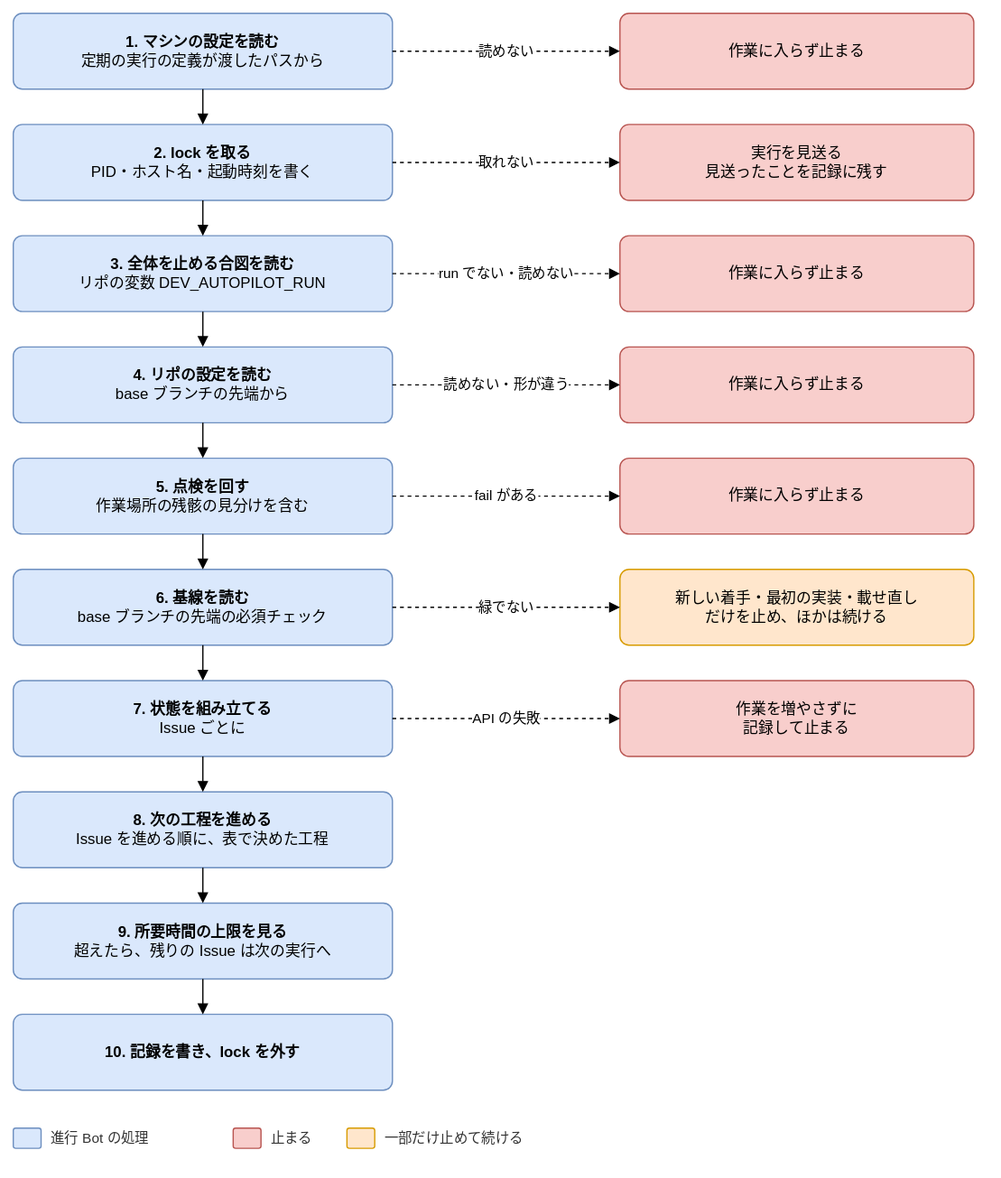
Above: docs/design/basic/diagrams/02-run-flow.drawio.svg in Joymerrevent/dev-autopilot (draw.io), before the change. Source tidied: cells renumbered, new cells last; positions are measured from the earlier drawing's top-left corner, leaving out a move shared by most shapes. Source of this version:
```xml
<mxGraphModel background="#ffffff">
  <root>
    <mxCell id="0" />
    <mxCell id="1" parent="0" />
    <mxCell id="2" value="&lt;b&gt;1. マシンの設定を読む&lt;/b&gt;&lt;br&gt;定期の実行の定義が渡したパスから" style="rounded=1;whiteSpace=wrap;html=1;fontSize=12;arcSize=12;spacing=12;fillColor=#dae8fc;strokeColor=#6c8ebf;" parent="1" vertex="1">
      <mxGeometry width="300" height="60" as="geometry" />
    </mxCell>
    <mxCell id="3" value="作業に入らず止まる" style="rounded=1;whiteSpace=wrap;html=1;fontSize=12;arcSize=12;spacing=12;fillColor=#f8cecc;strokeColor=#b85450;" parent="1" vertex="1">
      <mxGeometry x="480" width="280" height="60" as="geometry" />
    </mxCell>
    <mxCell id="4" value="読めない" style="edgeStyle=orthogonalEdgeStyle;rounded=1;html=1;endArrow=block;endFill=1;fontSize=11;labelBackgroundColor=#ffffff;dashed=1;exitX=1;exitY=0.5;exitDx=0;exitDy=0;entryX=0;entryY=0.5;entryDx=0;entryDy=0;" parent="1" edge="1" source="2" target="3">
      <mxGeometry relative="1" as="geometry" />
    </mxCell>
    <mxCell id="5" value="&lt;b&gt;2. lock を取る&lt;/b&gt;&lt;br&gt;PID・ホスト名・起動時刻を書く" style="rounded=1;whiteSpace=wrap;html=1;fontSize=12;arcSize=12;spacing=12;fillColor=#dae8fc;strokeColor=#6c8ebf;" parent="1" vertex="1">
      <mxGeometry y="88" width="300" height="60" as="geometry" />
    </mxCell>
    <mxCell id="6" style="edgeStyle=orthogonalEdgeStyle;rounded=1;html=1;endArrow=block;endFill=1;fontSize=11;labelBackgroundColor=#ffffff;exitX=0.5;exitY=1;exitDx=0;exitDy=0;entryX=0.5;entryY=0;entryDx=0;entryDy=0;" parent="1" edge="1" source="2" target="5">
      <mxGeometry relative="1" as="geometry" />
    </mxCell>
    <mxCell id="7" value="実行を見送る&lt;br&gt;見送ったことを記録に残す" style="rounded=1;whiteSpace=wrap;html=1;fontSize=12;arcSize=12;spacing=12;fillColor=#f8cecc;strokeColor=#b85450;" parent="1" vertex="1">
      <mxGeometry x="480" y="88" width="280" height="60" as="geometry" />
    </mxCell>
    <mxCell id="8" value="取れない" style="edgeStyle=orthogonalEdgeStyle;rounded=1;html=1;endArrow=block;endFill=1;fontSize=11;labelBackgroundColor=#ffffff;dashed=1;exitX=1;exitY=0.5;exitDx=0;exitDy=0;entryX=0;entryY=0.5;entryDx=0;entryDy=0;" parent="1" edge="1" source="5" target="7">
      <mxGeometry relative="1" as="geometry" />
    </mxCell>
    <mxCell id="9" value="&lt;b&gt;3. 全体を止める合図を読む&lt;/b&gt;&lt;br&gt;リポの変数 DEV_AUTOPILOT_RUN" style="rounded=1;whiteSpace=wrap;html=1;fontSize=12;arcSize=12;spacing=12;fillColor=#dae8fc;strokeColor=#6c8ebf;" parent="1" vertex="1">
      <mxGeometry y="176" width="300" height="60" as="geometry" />
    </mxCell>
    <mxCell id="10" style="edgeStyle=orthogonalEdgeStyle;rounded=1;html=1;endArrow=block;endFill=1;fontSize=11;labelBackgroundColor=#ffffff;exitX=0.5;exitY=1;exitDx=0;exitDy=0;entryX=0.5;entryY=0;entryDx=0;entryDy=0;" parent="1" edge="1" source="5" target="9">
      <mxGeometry relative="1" as="geometry" />
    </mxCell>
    <mxCell id="11" value="作業に入らず止まる" style="rounded=1;whiteSpace=wrap;html=1;fontSize=12;arcSize=12;spacing=12;fillColor=#f8cecc;strokeColor=#b85450;" parent="1" vertex="1">
      <mxGeometry x="480" y="176" width="280" height="60" as="geometry" />
    </mxCell>
    <mxCell id="12" value="run でない・読めない" style="edgeStyle=orthogonalEdgeStyle;rounded=1;html=1;endArrow=block;endFill=1;fontSize=11;labelBackgroundColor=#ffffff;dashed=1;exitX=1;exitY=0.5;exitDx=0;exitDy=0;entryX=0;entryY=0.5;entryDx=0;entryDy=0;" parent="1" edge="1" source="9" target="11">
      <mxGeometry relative="1" as="geometry" />
    </mxCell>
    <mxCell id="13" value="&lt;b&gt;4. リポの設定を読む&lt;/b&gt;&lt;br&gt;base ブランチの先端から" style="rounded=1;whiteSpace=wrap;html=1;fontSize=12;arcSize=12;spacing=12;fillColor=#dae8fc;strokeColor=#6c8ebf;" parent="1" vertex="1">
      <mxGeometry y="264" width="300" height="60" as="geometry" />
    </mxCell>
    <mxCell id="14" style="edgeStyle=orthogonalEdgeStyle;rounded=1;html=1;endArrow=block;endFill=1;fontSize=11;labelBackgroundColor=#ffffff;exitX=0.5;exitY=1;exitDx=0;exitDy=0;entryX=0.5;entryY=0;entryDx=0;entryDy=0;" parent="1" edge="1" source="9" target="13">
      <mxGeometry relative="1" as="geometry" />
    </mxCell>
    <mxCell id="15" value="作業に入らず止まる" style="rounded=1;whiteSpace=wrap;html=1;fontSize=12;arcSize=12;spacing=12;fillColor=#f8cecc;strokeColor=#b85450;" parent="1" vertex="1">
      <mxGeometry x="480" y="264" width="280" height="60" as="geometry" />
    </mxCell>
    <mxCell id="16" value="読めない・形が違う" style="edgeStyle=orthogonalEdgeStyle;rounded=1;html=1;endArrow=block;endFill=1;fontSize=11;labelBackgroundColor=#ffffff;dashed=1;exitX=1;exitY=0.5;exitDx=0;exitDy=0;entryX=0;entryY=0.5;entryDx=0;entryDy=0;" parent="1" edge="1" source="13" target="15">
      <mxGeometry relative="1" as="geometry" />
    </mxCell>
    <mxCell id="17" value="&lt;b&gt;5. 点検を回す&lt;/b&gt;&lt;br&gt;作業場所の残骸の見分けを含む" style="rounded=1;whiteSpace=wrap;html=1;fontSize=12;arcSize=12;spacing=12;fillColor=#dae8fc;strokeColor=#6c8ebf;" parent="1" vertex="1">
      <mxGeometry y="352" width="300" height="60" as="geometry" />
    </mxCell>
    <mxCell id="18" style="edgeStyle=orthogonalEdgeStyle;rounded=1;html=1;endArrow=block;endFill=1;fontSize=11;labelBackgroundColor=#ffffff;exitX=0.5;exitY=1;exitDx=0;exitDy=0;entryX=0.5;entryY=0;entryDx=0;entryDy=0;" parent="1" edge="1" source="13" target="17">
      <mxGeometry relative="1" as="geometry" />
    </mxCell>
    <mxCell id="19" value="作業に入らず止まる" style="rounded=1;whiteSpace=wrap;html=1;fontSize=12;arcSize=12;spacing=12;fillColor=#f8cecc;strokeColor=#b85450;" parent="1" vertex="1">
      <mxGeometry x="480" y="352" width="280" height="60" as="geometry" />
    </mxCell>
    <mxCell id="20" value="fail がある" style="edgeStyle=orthogonalEdgeStyle;rounded=1;html=1;endArrow=block;endFill=1;fontSize=11;labelBackgroundColor=#ffffff;dashed=1;exitX=1;exitY=0.5;exitDx=0;exitDy=0;entryX=0;entryY=0.5;entryDx=0;entryDy=0;" parent="1" edge="1" source="17" target="19">
      <mxGeometry relative="1" as="geometry" />
    </mxCell>
    <mxCell id="21" value="&lt;b&gt;6. 基線を読む&lt;/b&gt;&lt;br&gt;base ブランチの先端の必須チェック" style="rounded=1;whiteSpace=wrap;html=1;fontSize=12;arcSize=12;spacing=12;fillColor=#dae8fc;strokeColor=#6c8ebf;" parent="1" vertex="1">
      <mxGeometry y="440" width="300" height="60" as="geometry" />
    </mxCell>
    <mxCell id="22" style="edgeStyle=orthogonalEdgeStyle;rounded=1;html=1;endArrow=block;endFill=1;fontSize=11;labelBackgroundColor=#ffffff;exitX=0.5;exitY=1;exitDx=0;exitDy=0;entryX=0.5;entryY=0;entryDx=0;entryDy=0;" parent="1" edge="1" source="17" target="21">
      <mxGeometry relative="1" as="geometry" />
    </mxCell>
    <mxCell id="23" value="新しい着手・最初の実装・載せ直し&lt;br&gt;だけを止め、ほかは続ける" style="rounded=1;whiteSpace=wrap;html=1;fontSize=12;arcSize=12;spacing=12;fillColor=#ffe6cc;strokeColor=#d79b00;" parent="1" vertex="1">
      <mxGeometry x="480" y="440" width="280" height="60" as="geometry" />
    </mxCell>
    <mxCell id="24" value="緑でない" style="edgeStyle=orthogonalEdgeStyle;rounded=1;html=1;endArrow=block;endFill=1;fontSize=11;labelBackgroundColor=#ffffff;dashed=1;exitX=1;exitY=0.5;exitDx=0;exitDy=0;entryX=0;entryY=0.5;entryDx=0;entryDy=0;" parent="1" edge="1" source="21" target="23">
      <mxGeometry relative="1" as="geometry" />
    </mxCell>
    <mxCell id="25" value="&lt;b&gt;7. 状態を組み立てる&lt;/b&gt;&lt;br&gt;Issue ごとに" style="rounded=1;whiteSpace=wrap;html=1;fontSize=12;arcSize=12;spacing=12;fillColor=#dae8fc;strokeColor=#6c8ebf;" parent="1" vertex="1">
      <mxGeometry y="528" width="300" height="60" as="geometry" />
    </mxCell>
    <mxCell id="26" style="edgeStyle=orthogonalEdgeStyle;rounded=1;html=1;endArrow=block;endFill=1;fontSize=11;labelBackgroundColor=#ffffff;exitX=0.5;exitY=1;exitDx=0;exitDy=0;entryX=0.5;entryY=0;entryDx=0;entryDy=0;" parent="1" edge="1" source="21" target="25">
      <mxGeometry relative="1" as="geometry" />
    </mxCell>
    <mxCell id="27" value="作業を増やさずに&lt;br&gt;記録して止まる" style="rounded=1;whiteSpace=wrap;html=1;fontSize=12;arcSize=12;spacing=12;fillColor=#f8cecc;strokeColor=#b85450;" parent="1" vertex="1">
      <mxGeometry x="480" y="528" width="280" height="60" as="geometry" />
    </mxCell>
    <mxCell id="28" value="API の失敗" style="edgeStyle=orthogonalEdgeStyle;rounded=1;html=1;endArrow=block;endFill=1;fontSize=11;labelBackgroundColor=#ffffff;dashed=1;exitX=1;exitY=0.5;exitDx=0;exitDy=0;entryX=0;entryY=0.5;entryDx=0;entryDy=0;" parent="1" edge="1" source="25" target="27">
      <mxGeometry relative="1" as="geometry" />
    </mxCell>
    <mxCell id="29" value="&lt;b&gt;8. 次の工程を進める&lt;/b&gt;&lt;br&gt;Issue を進める順に、表で決めた工程" style="rounded=1;whiteSpace=wrap;html=1;fontSize=12;arcSize=12;spacing=12;fillColor=#dae8fc;strokeColor=#6c8ebf;" parent="1" vertex="1">
      <mxGeometry y="616" width="300" height="60" as="geometry" />
    </mxCell>
    <mxCell id="30" style="edgeStyle=orthogonalEdgeStyle;rounded=1;html=1;endArrow=block;endFill=1;fontSize=11;labelBackgroundColor=#ffffff;exitX=0.5;exitY=1;exitDx=0;exitDy=0;entryX=0.5;entryY=0;entryDx=0;entryDy=0;" parent="1" edge="1" source="25" target="29">
      <mxGeometry relative="1" as="geometry" />
    </mxCell>
    <mxCell id="31" value="&lt;b&gt;9. 所要時間の上限を見る&lt;/b&gt;&lt;br&gt;超えたら、残りの Issue は次の実行へ" style="rounded=1;whiteSpace=wrap;html=1;fontSize=12;arcSize=12;spacing=12;fillColor=#dae8fc;strokeColor=#6c8ebf;" parent="1" vertex="1">
      <mxGeometry y="704" width="300" height="60" as="geometry" />
    </mxCell>
    <mxCell id="32" style="edgeStyle=orthogonalEdgeStyle;rounded=1;html=1;endArrow=block;endFill=1;fontSize=11;labelBackgroundColor=#ffffff;exitX=0.5;exitY=1;exitDx=0;exitDy=0;entryX=0.5;entryY=0;entryDx=0;entryDy=0;" parent="1" edge="1" source="29" target="31">
      <mxGeometry relative="1" as="geometry" />
    </mxCell>
    <mxCell id="33" value="&lt;b&gt;10. 記録を書き、lock を外す&lt;/b&gt;" style="rounded=1;whiteSpace=wrap;html=1;fontSize=12;arcSize=12;spacing=12;fillColor=#dae8fc;strokeColor=#6c8ebf;" parent="1" vertex="1">
      <mxGeometry y="792" width="300" height="60" as="geometry" />
    </mxCell>
    <mxCell id="34" style="edgeStyle=orthogonalEdgeStyle;rounded=1;html=1;endArrow=block;endFill=1;fontSize=11;labelBackgroundColor=#ffffff;exitX=0.5;exitY=1;exitDx=0;exitDy=0;entryX=0.5;entryY=0;entryDx=0;entryDy=0;" parent="1" edge="1" source="31" target="33">
      <mxGeometry relative="1" as="geometry" />
    </mxCell>
    <mxCell id="35" style="rounded=1;whiteSpace=wrap;html=1;fontSize=12;arcSize=12;spacing=12;fillColor=#dae8fc;strokeColor=#6c8ebf;" parent="1" vertex="1">
      <mxGeometry y="882" width="22" height="16" as="geometry" />
    </mxCell>
    <mxCell id="36" value="進行 Bot の処理" style="text;html=1;align=left;verticalAlign=middle;fontSize=11;fontColor=#333333;" parent="1" vertex="1">
      <mxGeometry x="28" y="880" width="130" height="20" as="geometry" />
    </mxCell>
    <mxCell id="37" style="rounded=1;whiteSpace=wrap;html=1;fontSize=12;arcSize=12;spacing=12;fillColor=#f8cecc;strokeColor=#b85450;" parent="1" vertex="1">
      <mxGeometry x="174" y="882" width="22" height="16" as="geometry" />
    </mxCell>
    <mxCell id="38" value="止まる" style="text;html=1;align=left;verticalAlign=middle;fontSize=11;fontColor=#333333;" parent="1" vertex="1">
      <mxGeometry x="202" y="880" width="46" height="20" as="geometry" />
    </mxCell>
    <mxCell id="39" style="rounded=1;whiteSpace=wrap;html=1;fontSize=12;arcSize=12;spacing=12;fillColor=#ffe6cc;strokeColor=#d79b00;" parent="1" vertex="1">
      <mxGeometry x="264" y="882" width="22" height="16" as="geometry" />
    </mxCell>
    <mxCell id="40" value="一部だけ止めて続ける" style="text;html=1;align=left;verticalAlign=middle;fontSize=11;fontColor=#333333;" parent="1" vertex="1">
      <mxGeometry x="292" y="880" width="130" height="20" as="geometry" />
    </mxCell>
  </root>
</mxGraphModel>
```
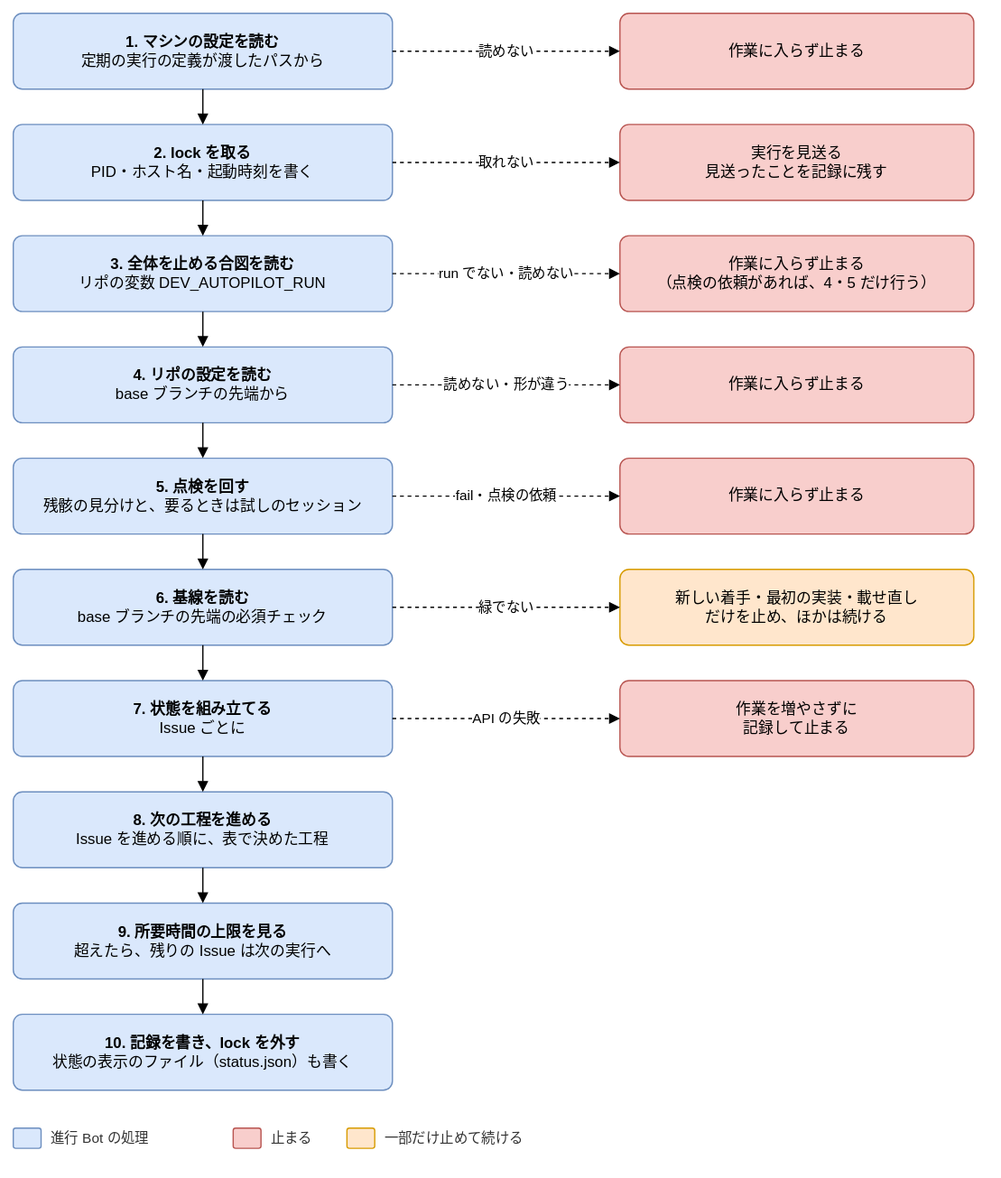
Later version of the same file.

What changed in the source:
```diff
@@ -29,7 +29,7 @@
     <mxCell id="10" style="edgeStyle=orthogonalEdgeStyle;rounded=1;html=1;endArrow=block;endFill=1;fontSize=11;labelBackgroundColor=#ffffff;exitX=0.5;exitY=1;exitDx=0;exitDy=0;entryX=0.5;entryY=0;entryDx=0;entryDy=0;" parent="1" edge="1" source="5" target="9">
       <mxGeometry relative="1" as="geometry" />
     </mxCell>
-    <mxCell id="11" value="作業に入らず止まる" style="rounded=1;whiteSpace=wrap;html=1;fontSize=12;arcSize=12;spacing=12;fillColor=#f8cecc;strokeColor=#b85450;" parent="1" vertex="1">
+    <mxCell id="11" value="作業に入らず止まる&lt;br&gt;（点検の依頼があれば、4・5 だけ行う）" style="rounded=1;whiteSpace=wrap;html=1;fontSize=12;arcSize=12;spacing=12;fillColor=#f8cecc;strokeColor=#b85450;" parent="1" vertex="1">
       <mxGeometry x="480" y="176" width="280" height="60" as="geometry" />
     </mxCell>
     <mxCell id="12" value="run でない・読めない" style="edgeStyle=orthogonalEdgeStyle;rounded=1;html=1;endArrow=block;endFill=1;fontSize=11;labelBackgroundColor=#ffffff;dashed=1;exitX=1;exitY=0.5;exitDx=0;exitDy=0;entryX=0;entryY=0.5;entryDx=0;entryDy=0;" parent="1" edge="1" source="9" target="11">
@@ -47,7 +47,7 @@
     <mxCell id="16" value="読めない・形が違う" style="edgeStyle=orthogonalEdgeStyle;rounded=1;html=1;endArrow=block;endFill=1;fontSize=11;labelBackgroundColor=#ffffff;dashed=1;exitX=1;exitY=0.5;exitDx=0;exitDy=0;entryX=0;entryY=0.5;entryDx=0;entryDy=0;" parent="1" edge="1" source="13" target="15">
       <mxGeometry relative="1" as="geometry" />
     </mxCell>
-    <mxCell id="17" value="&lt;b&gt;5. 点検を回す&lt;/b&gt;&lt;br&gt;作業場所の残骸の見分けを含む" style="rounded=1;whiteSpace=wrap;html=1;fontSize=12;arcSize=12;spacing=12;fillColor=#dae8fc;strokeColor=#6c8ebf;" parent="1" vertex="1">
+    <mxCell id="17" value="&lt;b&gt;5. 点検を回す&lt;/b&gt;&lt;br&gt;残骸の見分けと、要るときは試しのセッション" style="rounded=1;whiteSpace=wrap;html=1;fontSize=12;arcSize=12;spacing=12;fillColor=#dae8fc;strokeColor=#6c8ebf;" parent="1" vertex="1">
       <mxGeometry y="352" width="300" height="60" as="geometry" />
     </mxCell>
     <mxCell id="18" style="edgeStyle=orthogonalEdgeStyle;rounded=1;html=1;endArrow=block;endFill=1;fontSize=11;labelBackgroundColor=#ffffff;exitX=0.5;exitY=1;exitDx=0;exitDy=0;entryX=0.5;entryY=0;entryDx=0;entryDy=0;" parent="1" edge="1" source="13" target="17">
@@ -56,7 +56,7 @@
     <mxCell id="19" value="作業に入らず止まる" style="rounded=1;whiteSpace=wrap;html=1;fontSize=12;arcSize=12;spacing=12;fillColor=#f8cecc;strokeColor=#b85450;" parent="1" vertex="1">
       <mxGeometry x="480" y="352" width="280" height="60" as="geometry" />
     </mxCell>
-    <mxCell id="20" value="fail がある" style="edgeStyle=orthogonalEdgeStyle;rounded=1;html=1;endArrow=block;endFill=1;fontSize=11;labelBackgroundColor=#ffffff;dashed=1;exitX=1;exitY=0.5;exitDx=0;exitDy=0;entryX=0;entryY=0.5;entryDx=0;entryDy=0;" parent="1" edge="1" source="17" target="19">
+    <mxCell id="20" value="fail・点検の依頼" style="edgeStyle=orthogonalEdgeStyle;rounded=1;html=1;endArrow=block;endFill=1;fontSize=11;labelBackgroundColor=#ffffff;dashed=1;exitX=1;exitY=0.5;exitDx=0;exitDy=0;entryX=0;entryY=0.5;entryDx=0;entryDy=0;" parent="1" edge="1" source="17" target="19">
       <mxGeometry relative="1" as="geometry" />
     </mxCell>
     <mxCell id="21" value="&lt;b&gt;6. 基線を読む&lt;/b&gt;&lt;br&gt;base ブランチの先端の必須チェック" style="rounded=1;whiteSpace=wrap;html=1;fontSize=12;arcSize=12;spacing=12;fillColor=#dae8fc;strokeColor=#6c8ebf;" parent="1" vertex="1">
@@ -95,7 +95,7 @@
     <mxCell id="32" style="edgeStyle=orthogonalEdgeStyle;rounded=1;html=1;endArrow=block;endFill=1;fontSize=11;labelBackgroundColor=#ffffff;exitX=0.5;exitY=1;exitDx=0;exitDy=0;entryX=0.5;entryY=0;entryDx=0;entryDy=0;" parent="1" edge="1" source="29" target="31">
       <mxGeometry relative="1" as="geometry" />
     </mxCell>
-    <mxCell id="33" value="&lt;b&gt;10. 記録を書き、lock を外す&lt;/b&gt;" style="rounded=1;whiteSpace=wrap;html=1;fontSize=12;arcSize=12;spacing=12;fillColor=#dae8fc;strokeColor=#6c8ebf;" parent="1" vertex="1">
+    <mxCell id="33" value="&lt;b&gt;10. 記録を書き、lock を外す&lt;/b&gt;&lt;br&gt;状態の表示のファイル（status.json）も書く" style="rounded=1;whiteSpace=wrap;html=1;fontSize=12;arcSize=12;spacing=12;fillColor=#dae8fc;strokeColor=#6c8ebf;" parent="1" vertex="1">
       <mxGeometry y="792" width="300" height="60" as="geometry" />
     </mxCell>
     <mxCell id="34" style="edgeStyle=orthogonalEdgeStyle;rounded=1;html=1;endArrow=block;endFill=1;fontSize=11;labelBackgroundColor=#ffffff;exitX=0.5;exitY=1;exitDx=0;exitDy=0;entryX=0.5;entryY=0;entryDx=0;entryDy=0;" parent="1" edge="1" source="31" target="33">
```
